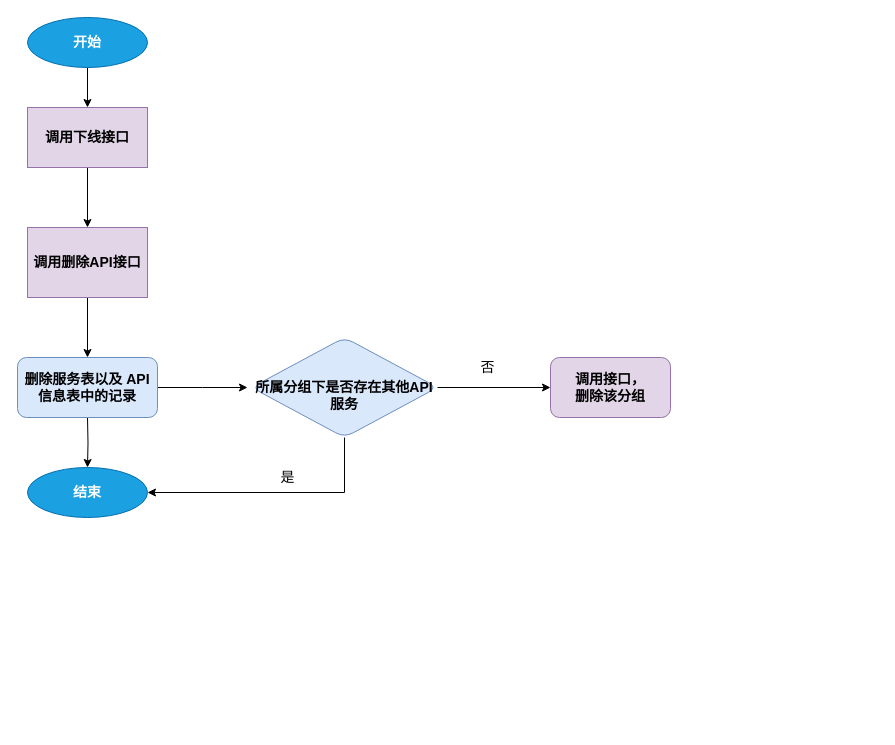
Above: page "删除 API服务" (1 of 6) of 国税总局迭代三设计.drawio in helemile/notes (draw.io), before the change. Source tidied: cells renumbered, new cells numbered last; positions are measured from the earlier drawing's top-left corner, leaving out a move shared by most shapes. Both pictures are drawn from the tidied source at 100%, with x=0, y=0 at pixel (17, 17).
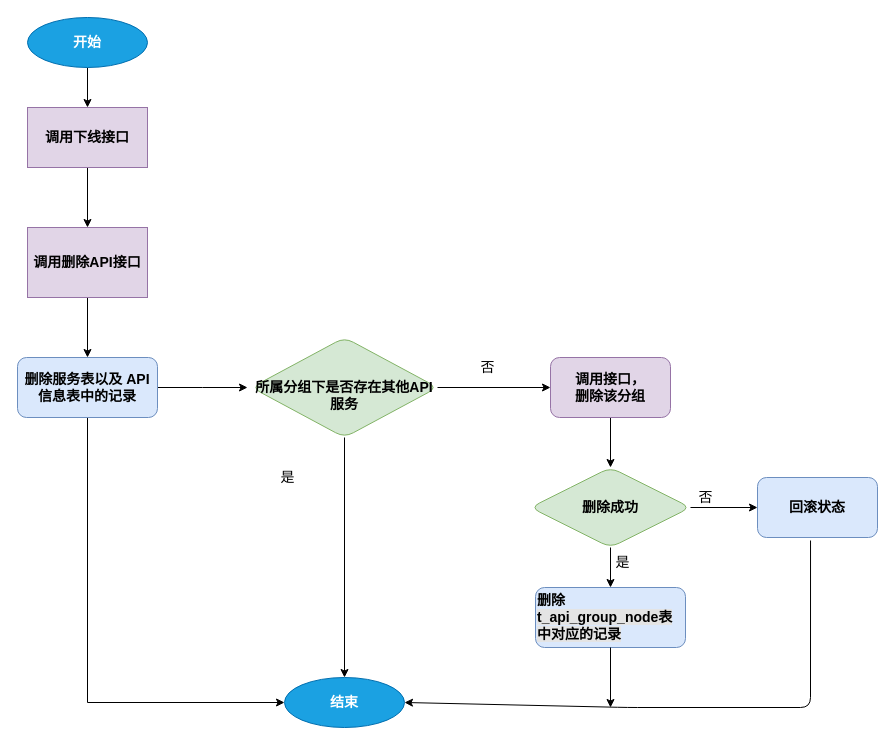
After the change.

Unchanged cells that the change refers to:
```xml
<mxCell id="15" value="调用接口，&lt;br&gt;删除该分组" style="whiteSpace=wrap;html=1;rounded=1;fontSize=14;fontStyle=1;strokeColor=#9673a6;fillColor=#e1d5e7;" parent="1" vertex="1">
  <mxGeometry x="533" y="340" width="120" height="60" as="geometry" />
</mxCell>
```

What changed in the source:
```diff
@@
     <mxCell id="6" style="edgeStyle=orthogonalEdgeStyle;rounded=0;jettySize=auto;html=1;fontSize=14;fontStyle=1;exitX=0.5;exitY=1;exitDx=0;exitDy=0;" parent="1" edge="1" target="9">
       <mxGeometry relative="1" as="geometry">
         <mxPoint x="70" y="400" as="sourcePoint" />
+        <Array as="points">
+          <mxPoint x="70" y="685" />
+        </Array>
       </mxGeometry>
     </mxCell>
@@
     <mxCell id="9" value="结束" style="ellipse;whiteSpace=wrap;html=1;fontSize=14;fillColor=#1ba1e2;strokeColor=#006EAF;fontColor=#ffffff;fontStyle=1;" parent="1" vertex="1">
-      <mxGeometry x="10" y="450" width="120" height="50" as="geometry" />
+      <mxGeometry x="267" y="660" width="120" height="50" as="geometry" />
     </mxCell>
@@
-    <mxCell id="13" style="edgeStyle=orthogonalEdgeStyle;rounded=0;jettySize=auto;html=1;fontSize=14;entryX=1;entryY=0.5;entryDx=0;entryDy=0;" parent="1" edge="1" source="14" target="9">
-      <mxGeometry relative="1" as="geometry">
-        <Array as="points">
-          <mxPoint x="327" y="475" />
-        </Array>
-      </mxGeometry>
+    <mxCell id="13" style="edgeStyle=orthogonalEdgeStyle;rounded=0;jettySize=auto;html=1;fontSize=14;entryX=0.5;entryY=0;entryDx=0;entryDy=0;" parent="1" edge="1" source="14" target="9">
+      <mxGeometry relative="1" as="geometry" />
     </mxCell>
-    <mxCell id="14" value="&lt;span&gt;&lt;br&gt;所属分组下是否存在其他API服务&lt;/span&gt;" style="rhombus;whiteSpace=wrap;html=1;rounded=1;fontSize=14;fontStyle=1;strokeColor=#6c8ebf;fillColor=#dae8fc;" parent="1" vertex="1">
+    <mxCell id="14" value="&lt;span&gt;&lt;br&gt;所属分组下是否存在其他API服务&lt;/span&gt;" style="rhombus;whiteSpace=wrap;html=1;rounded=1;fontSize=14;fontStyle=1;strokeColor=#82b366;fillColor=#d5e8d4;" parent="1" vertex="1">
       <mxGeometry x="234" y="320" width="186" height="100" as="geometry" />
     </mxCell>
+    <mxCell id="18" style="edgeStyle=orthogonalEdgeStyle;rounded=0;jettySize=auto;html=1;fontSize=14;" parent="1" edge="1" source="15" target="21">
+      <mxGeometry relative="1" as="geometry" />
+    </mxCell>
@@
+    <mxCell id="19" style="edgeStyle=orthogonalEdgeStyle;rounded=0;jettySize=auto;html=1;fontSize=14;" parent="1" edge="1" source="21" target="22">
+      <mxGeometry relative="1" as="geometry" />
+    </mxCell>
+    <mxCell id="20" style="edgeStyle=orthogonalEdgeStyle;rounded=0;jettySize=auto;html=1;fontSize=14;" parent="1" edge="1" source="21" target="24">
+      <mxGeometry relative="1" as="geometry" />
+    </mxCell>
+    <mxCell id="21" value="删除成功" style="rhombus;whiteSpace=wrap;html=1;rounded=1;fontSize=14;fontStyle=1;strokeColor=#82b366;fillColor=#d5e8d4;" parent="1" vertex="1">
+      <mxGeometry x="513" y="450" width="160" height="80" as="geometry" />
+    </mxCell>
+    <mxCell id="22" value="删除&lt;span style=&quot;background-color: rgb(228 , 228 , 228)&quot;&gt;t_api_group_node表中对应的记录&lt;/span&gt;" style="whiteSpace=wrap;html=1;rounded=1;fontSize=14;fontStyle=1;strokeColor=#6c8ebf;fillColor=#dae8fc;align=left;" parent="1" vertex="1">
+      <mxGeometry x="518" y="570" width="150" height="60" as="geometry" />
+    </mxCell>
+    <mxCell id="23" value="是" style="text;html=1;align=center;verticalAlign=middle;strokeColor=none;fontSize=14;" parent="1" vertex="1">
+      <mxGeometry x="590" y="535" width="30" height="20" as="geometry" />
+    </mxCell>
+    <mxCell id="24" value="回滚状态" style="whiteSpace=wrap;html=1;rounded=1;fontSize=14;fontStyle=1;strokeColor=#6c8ebf;fillColor=#dae8fc;" parent="1" vertex="1">
+      <mxGeometry x="740" y="460" width="120" height="60" as="geometry" />
+    </mxCell>
+    <mxCell id="25" value="否" style="text;html=1;align=center;verticalAlign=middle;strokeColor=none;fontSize=14;" parent="1" vertex="1">
+      <mxGeometry x="673" y="470" width="30" height="20" as="geometry" />
+    </mxCell>
+    <mxCell id="26" style="endArrow=classic;html=1;fontSize=14;exitX=0.442;exitY=1.05;exitDx=0;exitDy=0;exitPerimeter=0;entryX=1;entryY=0.5;entryDx=0;entryDy=0;" parent="1" edge="1" source="24" target="9">
+      <mxGeometry relative="1" as="geometry">
+        <Array as="points">
+          <mxPoint x="793" y="690" />
+          <mxPoint x="610" y="690" />
+        </Array>
+      </mxGeometry>
+    </mxCell>
+    <mxCell id="27" style="endArrow=classic;html=1;fontSize=14;exitX=0.5;exitY=1;exitDx=0;exitDy=0;" parent="1" edge="1" source="22">
+      <mxGeometry relative="1" as="geometry">
+        <mxPoint x="593" y="690" as="targetPoint" />
+      </mxGeometry>
+    </mxCell>
```
